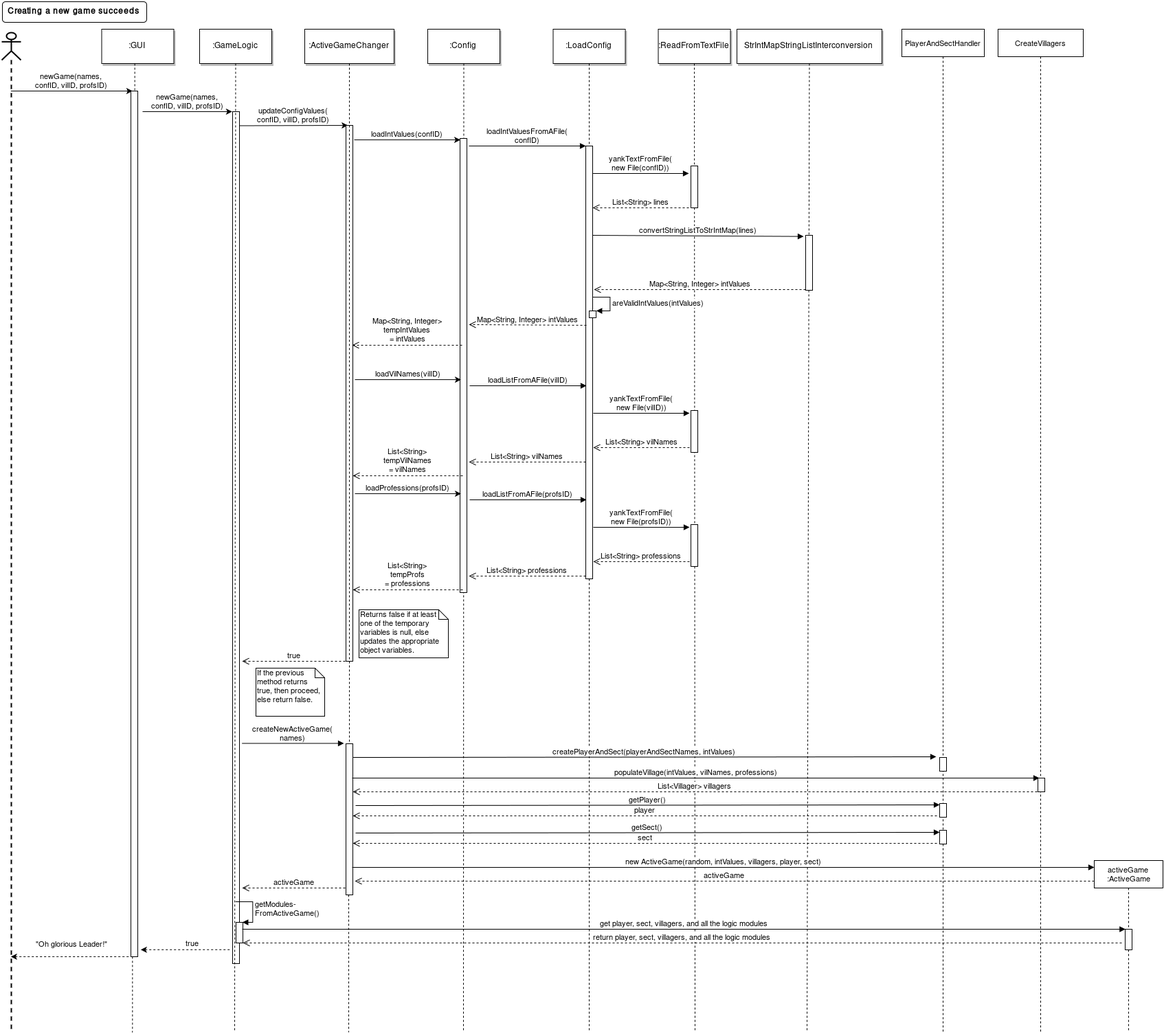
This is dokumentaatio/Sekvenssikaavio 1.png from iah1016/Uusi-aika, a draw.io export, as it was before one commit. Source tidied: cells renumbered, new cells last; positions are measured from the earlier drawing's top-left corner, leaving out a move shared by most shapes.
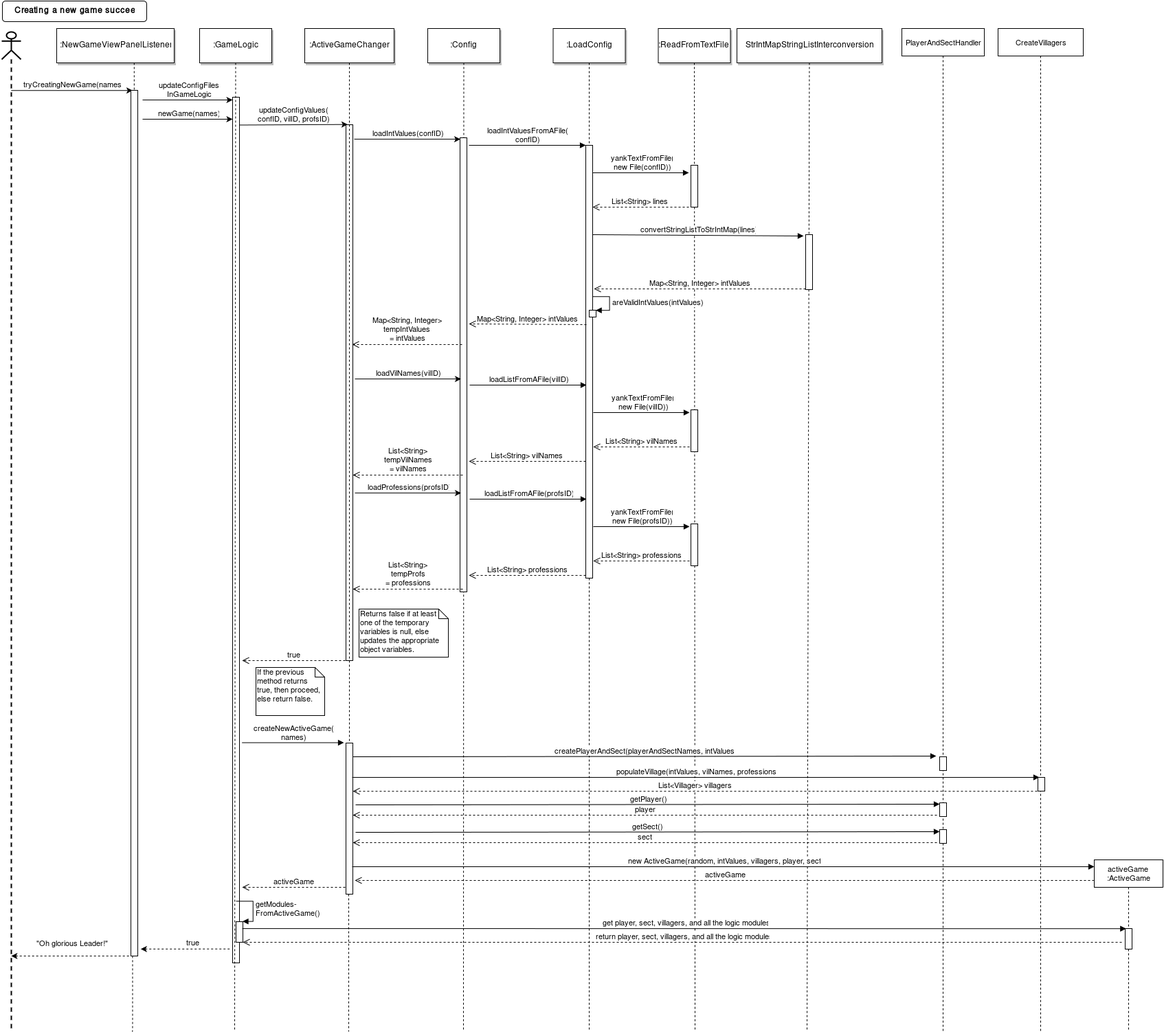
The same file after the commit.

The edit, as a diff of the source:
```diff
@@ -2,14 +2,14 @@
   <root>
     <mxCell id="0" style="html=1;" />
     <mxCell id="1" style="html=1;" parent="0" />
-    <mxCell id="2" value="newGame(names,&lt;br&gt;confID, vilID, profsID)" style="edgeStyle=none;verticalLabelPosition=top;verticalAlign=bottom;labelPosition=left;align=center;html=1;entryX=0.25;entryY=0;" parent="1" edge="1" source="24" target="80">
+    <mxCell id="2" value="tryCreatingNewGame(names)" style="edgeStyle=none;verticalLabelPosition=top;verticalAlign=bottom;labelPosition=left;align=center;html=1;entryX=0.25;entryY=0;" parent="1" edge="1" source="24" target="80">
       <mxGeometry x="110" y="49.5" as="geometry" />
     </mxCell>
-    <mxCell id="3" value=":GUI" style="shadow=1;fillColor=#FFFFFF;strokeColor=#000000;html=1;" parent="1" vertex="1">
-      <mxGeometry x="145.5" y="40" width="105" height="50" as="geometry" />
+    <mxCell id="3" value=":NewGameViewPanelListener" style="shadow=1;fillColor=#FFFFFF;strokeColor=#000000;html=1;" parent="1" vertex="1">
+      <mxGeometry x="80" y="40" width="171" height="50" as="geometry" />
     </mxCell>
     <mxCell id="4" style="fillColor=#FFFFFF;strokeColor=#000000;html=1;" parent="1" vertex="1">
-      <mxGeometry x="336" y="160" width="10" height="1240" as="geometry" />
+      <mxGeometry x="336" y="140" width="10" height="1260" as="geometry" />
     </mxCell>
     <mxCell id="5" value=":GameLogic" style="shadow=1;fillColor=#FFFFFF;strokeColor=#000000;html=1;" parent="1" vertex="1">
       <mxGeometry x="288" y="40" width="105" height="50" as="geometry" />
@@ -96,9 +96,10 @@
     <mxCell id="24" style="shape=umlLifeline;participant=umlActor;perimeter=lifelinePerimeter;whiteSpace=wrap;html=1;verticalAlign=top;spacingTop=36;labelBackgroundColor=#ffffff;outlineConnect=0;strokeWidth=2;fontSize=11;" parent="1" vertex="1">
       <mxGeometry y="45" width="28" height="1455" as="geometry" />
     </mxCell>
-    <mxCell id="25" value="newGame(names,&lt;br&gt;confID, vilID, profsID)" style="edgeStyle=none;verticalLabelPosition=top;verticalAlign=bottom;labelPosition=left;align=center;html=1;entryX=0.01;entryY=0;entryPerimeter=0;" parent="1" edge="1" target="4">
-      <mxGeometry x="298" y="79.5" as="geometry">
-        <mxPoint x="205" y="160" as="sourcePoint" />
+    <mxCell id="25" value="newGame(names)" style="edgeStyle=none;verticalLabelPosition=top;verticalAlign=bottom;labelPosition=left;align=center;html=1;entryX=0.01;entryY=0;entryPerimeter=0;" parent="1" edge="1">
+      <mxGeometry x="298" y="91.5" as="geometry">
+        <mxPoint x="205" y="172" as="sourcePoint" />
+        <mxPoint x="336" y="172" as="targetPoint" />
       </mxGeometry>
     </mxCell>
     <mxCell id="26" value="loadIntValuesFromAFile(&lt;br&gt;confID)" style="html=1;verticalAlign=bottom;endArrow=block;fontSize=11;align=center;" parent="1" edge="1">
@@ -382,5 +383,11 @@
         <mxPoint x="350" y="1350" as="sourcePoint" />
       </mxGeometry>
     </mxCell>
+    <mxCell id="85" value="updateConfigFiles&lt;br&gt;InGameLogic" style="edgeStyle=none;verticalLabelPosition=top;verticalAlign=bottom;labelPosition=left;align=center;html=1;entryX=0.01;entryY=0;entryPerimeter=0;" parent="1" edge="1">
+      <mxGeometry x="298" y="63.5" as="geometry">
+        <mxPoint x="205" y="144" as="sourcePoint" />
+        <mxPoint x="336" y="144" as="targetPoint" />
+      </mxGeometry>
+    </mxCell>
   </root>
 </mxGraphModel>
```
